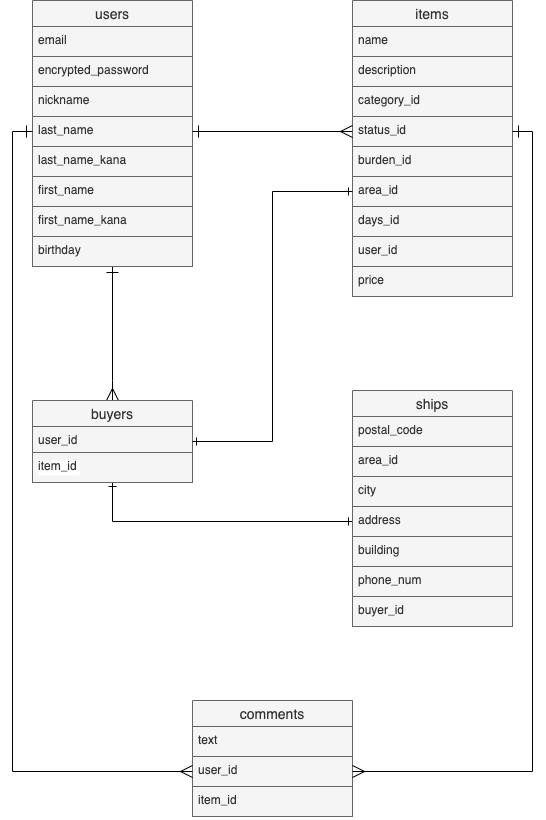
The draw.io diagram furima_er.png in samanosuke-akechi/furima-34566, before a commit. Source tidied: cells renumbered, new cells last; positions are measured from the earlier drawing's top-left corner, leaving out a move shared by most shapes.
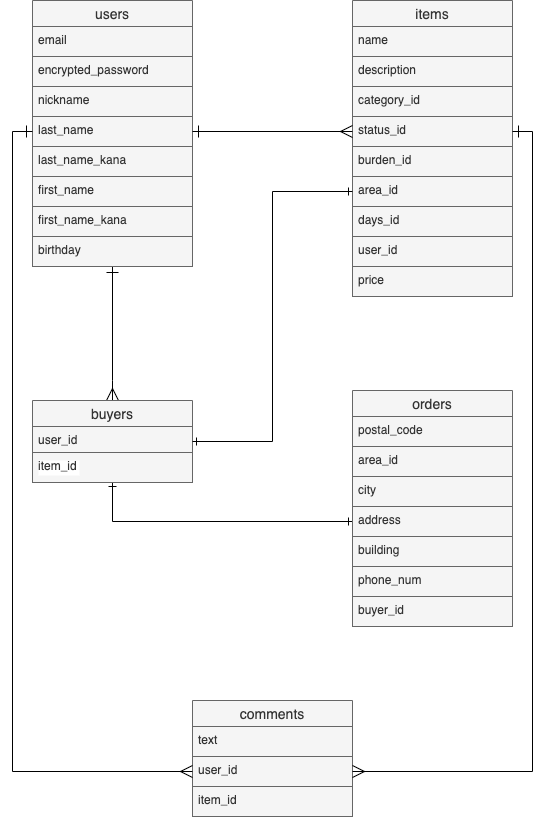
The same file after the commit.

The edit, as a diff of the source:
```diff
@@ -100,7 +100,7 @@
     <mxCell id="32" value="item_id" style="text;strokeColor=#666666;fillColor=#f5f5f5;spacingLeft=4;spacingRight=4;overflow=hidden;fontSize=12;labelBackgroundColor=#ffffff;fontColor=#333333;" parent="30" vertex="1">
       <mxGeometry y="52" width="160" height="30" as="geometry" />
     </mxCell>
-    <mxCell id="33" value="ships" style="swimlane;fontStyle=0;horizontal=1;startSize=26;align=center;fontSize=14;fillColor=#f5f5f5;strokeColor=#666666;fontColor=#333333;" parent="1" vertex="1">
+    <mxCell id="33" value="orders" style="swimlane;fontStyle=0;horizontal=1;startSize=26;align=center;fontSize=14;fillColor=#f5f5f5;strokeColor=#666666;fontColor=#333333;" parent="1" vertex="1">
       <mxGeometry x="320" y="390" width="160" height="236" as="geometry" />
     </mxCell>
     <mxCell id="34" value="postal_code" style="text;strokeColor=#666666;fillColor=#f5f5f5;spacingLeft=4;spacingRight=4;overflow=hidden;fontSize=12;fontColor=#333333;" parent="33" vertex="1">
```
